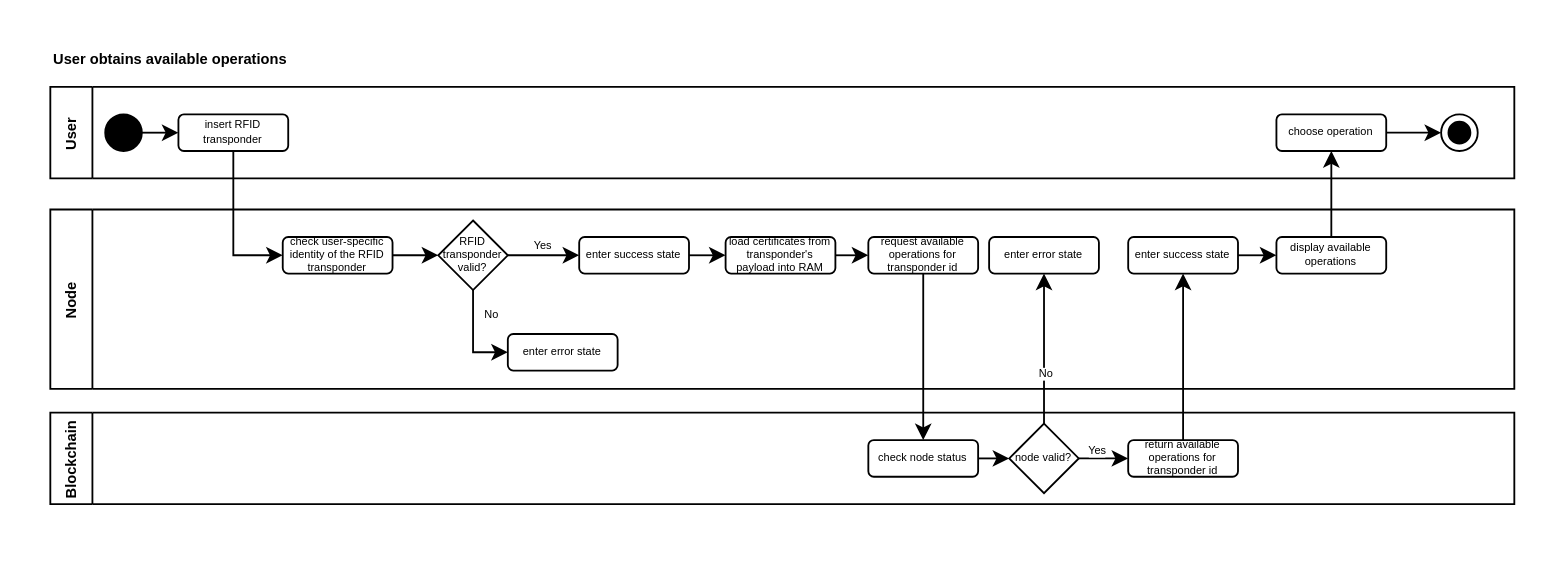
Before: reporting/docs/continuous-qa-of-ams-in-operation.drawio in KSilkThread/carbonedge, a draw.io diagram. Source tidied: cells renumbered, new cells numbered last; positions are measured from the earlier drawing's top-left corner, leaving out a move shared by most shapes. Both pictures are drawn from the tidied source at 183%, with x=0, y=0 at pixel (49, 31).
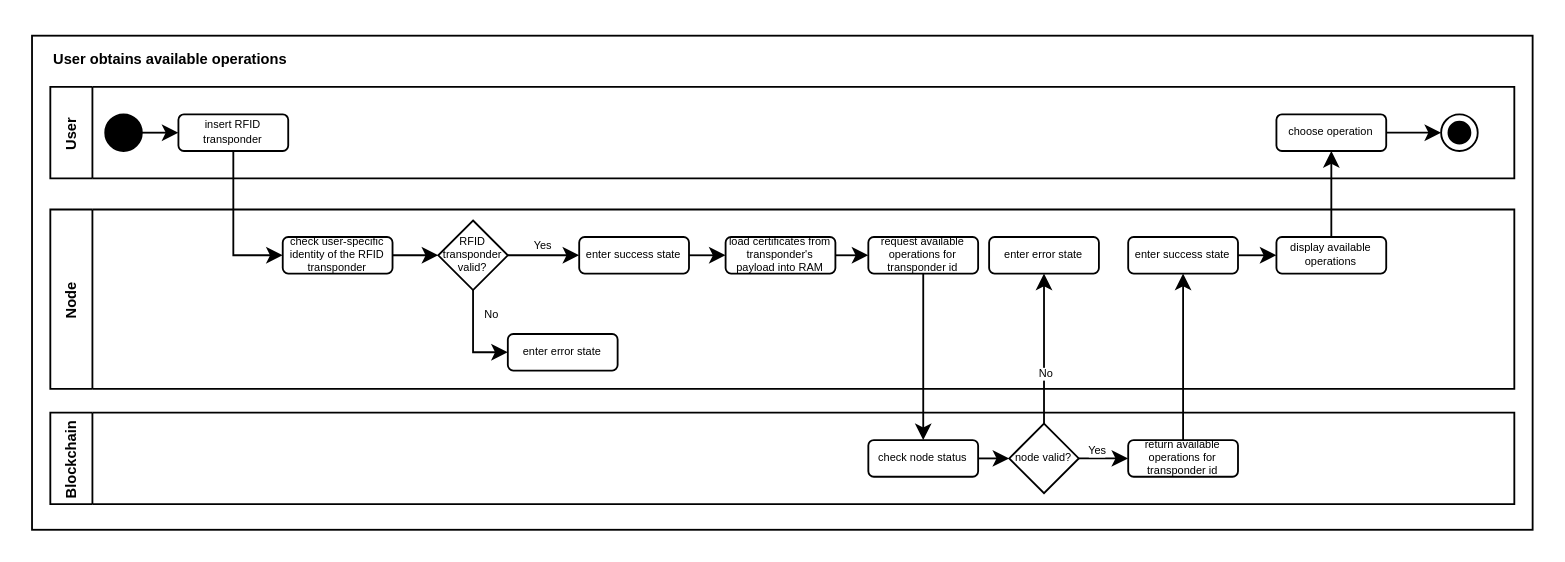
The same page after the edit.

Change to the diagram source:
```diff
@@
+    <mxCell id="40" style="rounded=0;whiteSpace=wrap;html=1;" parent="1" vertex="1">
+      <mxGeometry x="-10" y="2" width="820" height="270" as="geometry" />
+    </mxCell>
```
